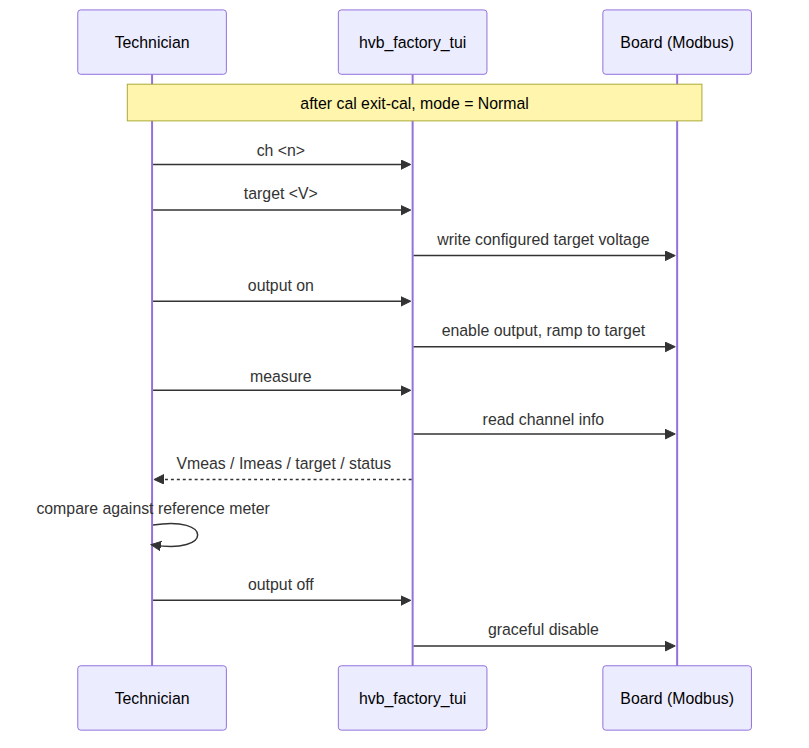
ufan/hvb_firmware keeps this Mermaid diagram as docs/guide/calibration-verify-en.png. Above is the earlier version. Its source is kept beside it as docs/guide/calibration-verify-en.mmd. The source it was exported from:
```mermaid
sequenceDiagram
  participant T as Technician
  participant Tool as hvb_factory_tui
  participant Board as Board (Modbus)

  Note over T,Board: after cal exit-cal, mode = Normal

  T->>Tool: ch <n>
  T->>Tool: target <V>
  Tool->>Board: write configured target voltage
  T->>Tool: output on
  Tool->>Board: enable output, ramp to target

  T->>Tool: measure
  Tool->>Board: read channel info
  Tool-->>T: Vmeas / Imeas / target / status
  T->>T: compare against reference meter

  T->>Tool: output off
  Tool->>Board: graceful disable
```
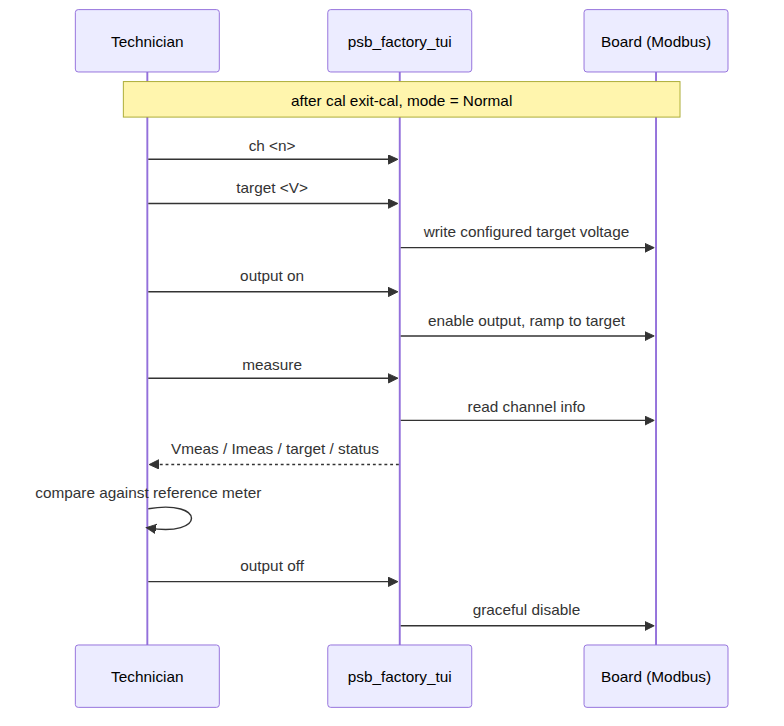
Later version of the same file.

Diff of the diagram source:
```diff
@@ -1,6 +1,6 @@
 sequenceDiagram
   participant T as Technician
-  participant Tool as hvb_factory_tui
+  participant Tool as psb_factory_tui
   participant Board as Board (Modbus)
 
   Note over T,Board: after cal exit-cal, mode = Normal
```
